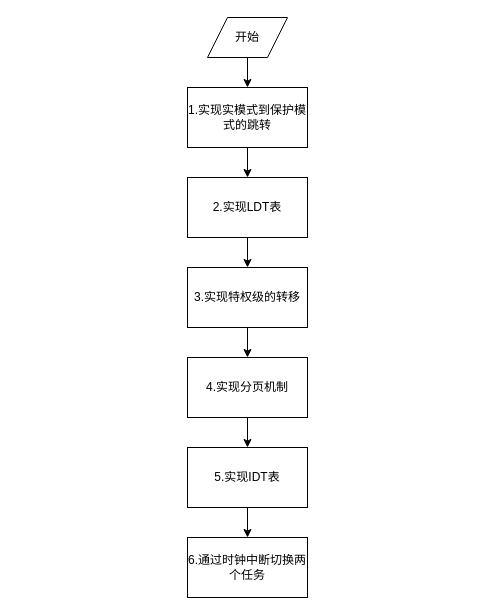
Above: 操作系统课设/操作系统课设.drawio in AgentGuo/flow_chart (draw.io), before the change. Source tidied: cells renumbered, new cells numbered last; positions are measured from the earlier drawing's top-left corner, leaving out a move shared by most shapes. Both pictures are drawn from the tidied source at 100%, with x=0, y=0 at pixel (187, 17).
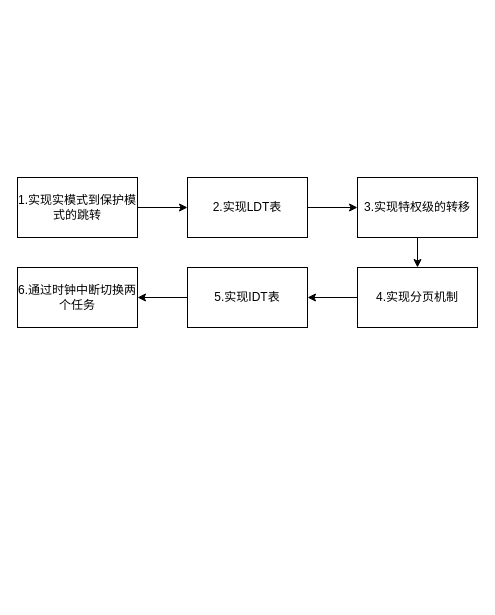
After the change.

Commit message:
Update 操作系统课设.drawio

Diff of the diagram source:
```diff
@@
 <mxGraphModel>
   <root>
     <mxCell id="0" />
     <mxCell id="1" parent="0" />
-    <mxCell id="2" style="edgeStyle=orthogonalEdgeStyle;rounded=0;jettySize=auto;html=1;" parent="1" edge="1" source="3" target="5">
-      <mxGeometry relative="1" as="geometry" />
-    </mxCell>
-    <mxCell id="3" value="开始" style="shape=parallelogram;perimeter=parallelogramPerimeter;whiteSpace=wrap;html=1;fixedSize=1;" parent="1" vertex="1">
-      <mxGeometry x="20" width="80" height="40" as="geometry" />
-    </mxCell>
     <mxCell id="4" style="edgeStyle=orthogonalEdgeStyle;rounded=0;jettySize=auto;html=1;" parent="1" edge="1" source="5" target="7">
       <mxGeometry relative="1" as="geometry" />
     </mxCell>
     <mxCell id="5" value="1.实现实模式到保护模式的跳转" style="rounded=0;whiteSpace=wrap;html=1;" parent="1" vertex="1">
-      <mxGeometry y="70" width="120" height="60" as="geometry" />
+      <mxGeometry x="-170" y="160" width="120" height="60" as="geometry" />
     </mxCell>
     <mxCell id="6" style="edgeStyle=orthogonalEdgeStyle;rounded=0;jettySize=auto;html=1;" parent="1" edge="1" source="7" target="9">
       <mxGeometry relative="1" as="geometry" />
     </mxCell>
     <mxCell id="7" value="2.实现LDT表" style="whiteSpace=wrap;html=1;" parent="1" vertex="1">
       <mxGeometry y="160" width="120" height="60" as="geometry" />
     </mxCell>
     <mxCell id="8" style="edgeStyle=orthogonalEdgeStyle;rounded=0;jettySize=auto;html=1;" parent="1" edge="1" source="9" target="11">
       <mxGeometry relative="1" as="geometry" />
     </mxCell>
     <mxCell id="9" value="3.实现特权级的转移" style="whiteSpace=wrap;html=1;" parent="1" vertex="1">
-      <mxGeometry y="250" width="120" height="60" as="geometry" />
+      <mxGeometry x="170" y="160" width="120" height="60" as="geometry" />
     </mxCell>
     <mxCell id="10" style="edgeStyle=orthogonalEdgeStyle;rounded=0;jettySize=auto;html=1;" parent="1" edge="1" source="11" target="13">
       <mxGeometry relative="1" as="geometry" />
     </mxCell>
     <mxCell id="11" value="4.实现分页机制" style="whiteSpace=wrap;html=1;" parent="1" vertex="1">
-      <mxGeometry y="340" width="120" height="60" as="geometry" />
+      <mxGeometry x="170" y="250" width="120" height="60" as="geometry" />
     </mxCell>
     <mxCell id="12" style="edgeStyle=orthogonalEdgeStyle;rounded=0;jettySize=auto;html=1;" parent="1" edge="1" source="13" target="14">
       <mxGeometry relative="1" as="geometry" />
     </mxCell>
     <mxCell id="13" value="5.实现IDT表" style="whiteSpace=wrap;html=1;" parent="1" vertex="1">
-      <mxGeometry y="430" width="120" height="60" as="geometry" />
+      <mxGeometry y="250" width="120" height="60" as="geometry" />
     </mxCell>
     <mxCell id="14" value="6.通过时钟中断切换两个任务" style="whiteSpace=wrap;html=1;" parent="1" vertex="1">
-      <mxGeometry y="520" width="120" height="60" as="geometry" />
+      <mxGeometry x="-170" y="250" width="120" height="60" as="geometry" />
     </mxCell>
   </root>
 </mxGraphModel>
```
